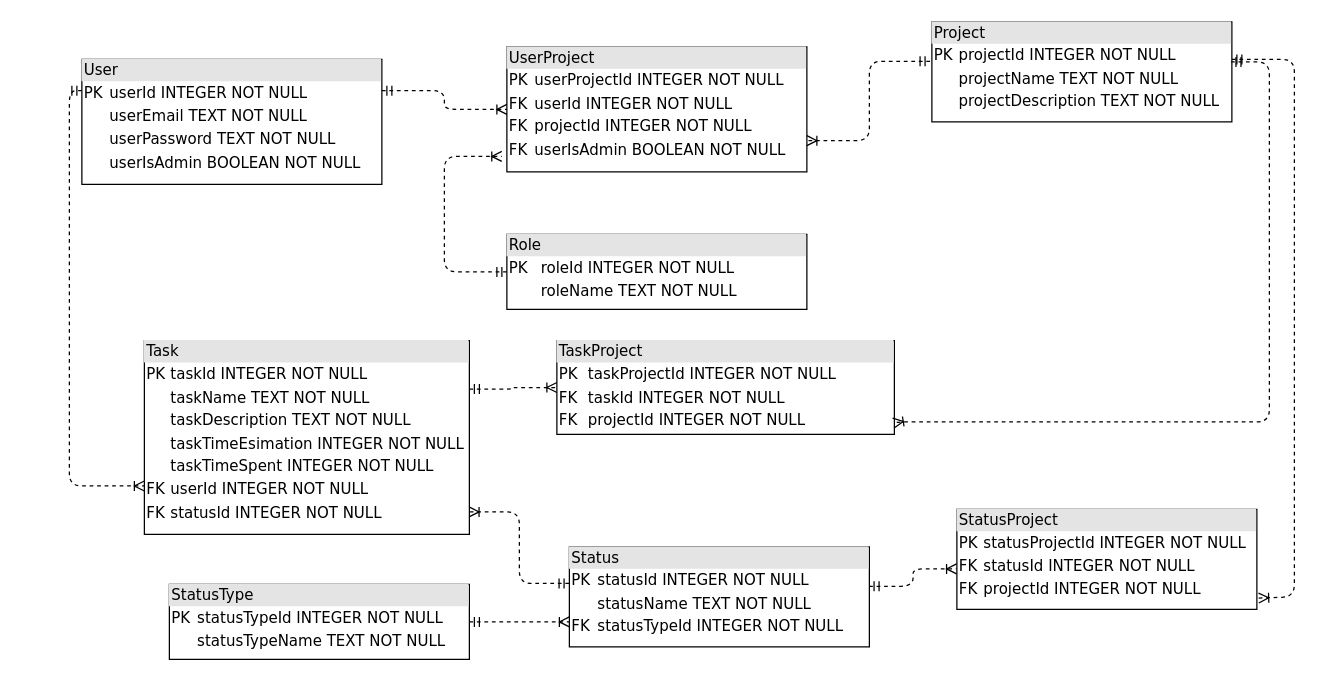
Above: docs/raw_diagrams/database.drawio in aVorotnikov/thunder_board (draw.io), before the change. Source tidied: cells renumbered, new cells numbered last; positions are measured from the earlier drawing's top-left corner, leaving out a move shared by most shapes. Both pictures are drawn from the tidied source at 125%, with x=0, y=0 at pixel (69, 21).
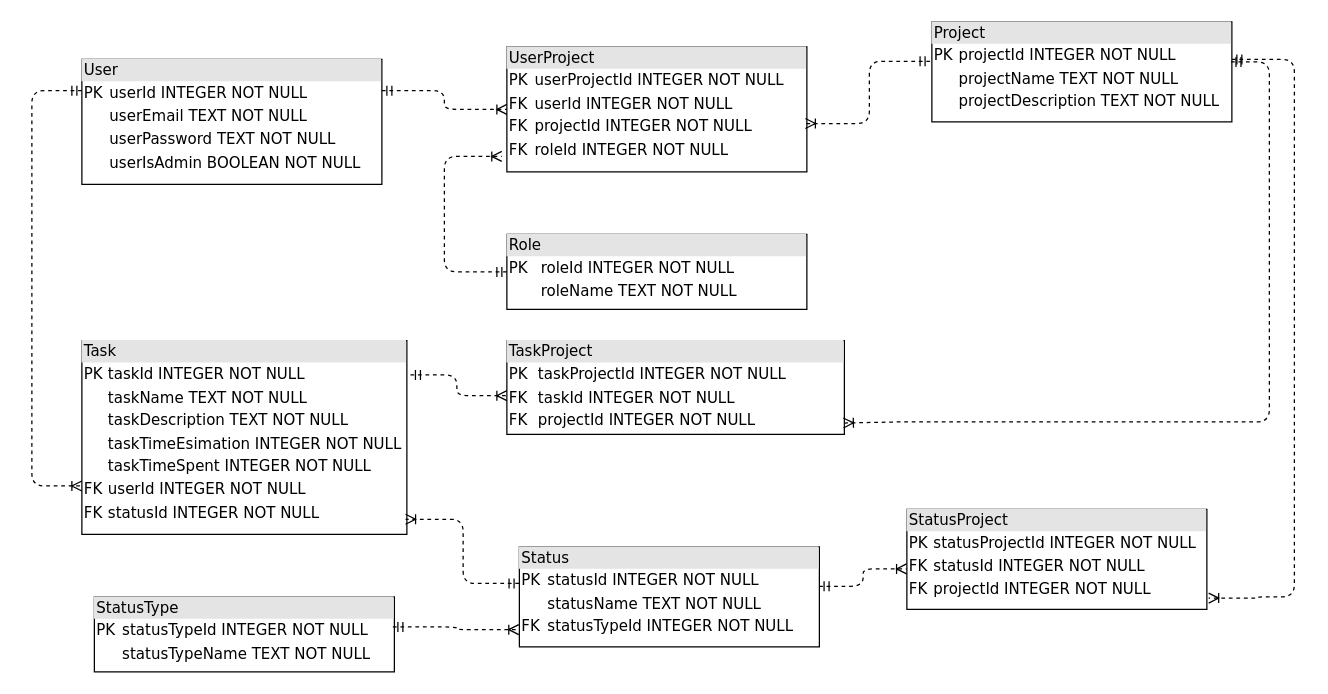
After the change.

Commit message (it also covers changes not shown here):
Минорные исправления

Unchanged cells that the change refers to:
```xml
<mxCell id="2" value="&lt;div style=&quot;box-sizing: border-box ; width: 100% ; background: #e4e4e4 ; padding: 2px&quot;&gt;User&lt;/div&gt;&lt;table style=&quot;width: 100% ; font-size: 1em&quot; cellpadding=&quot;2&quot; cellspacing=&quot;0&quot;&gt;&lt;tbody&gt;&lt;tr&gt;&lt;td&gt;PK&lt;/td&gt;&lt;td&gt;userId INTEGER NOT NULL&lt;/td&gt;&lt;/tr&gt;&lt;tr&gt;&lt;td&gt;&lt;br&gt;&lt;/td&gt;&lt;td&gt;userEmail TEXT NOT NULL&lt;/td&gt;&lt;/tr&gt;&lt;tr&gt;&lt;td&gt;&lt;/td&gt;&lt;td&gt;userPassword TEXT NOT NULL&lt;/td&gt;&lt;/tr&gt;&lt;tr&gt;&lt;td&gt;&lt;br&gt;&lt;/td&gt;&lt;td&gt;userIsAdmin BOOLEAN NOT NULL&lt;br&gt;&lt;/td&gt;&lt;/tr&gt;&lt;/tbody&gt;&lt;/table&gt;" style="verticalAlign=top;align=left;overflow=fill;html=1;rounded=0;shadow=0;comic=0;labelBackgroundColor=none;strokeWidth=1;fontFamily=Verdana;fontSize=12;" parent="1" vertex="1">
  <mxGeometry x="10" y="30" width="240" height="100" as="geometry" />
</mxCell>
<mxCell id="3" value="&lt;div style=&quot;box-sizing: border-box ; width: 100% ; background: #e4e4e4 ; padding: 2px&quot;&gt;Project&lt;/div&gt;&lt;table style=&quot;width: 100% ; font-size: 1em&quot; cellpadding=&quot;2&quot; cellspacing=&quot;0&quot;&gt;&lt;tbody&gt;&lt;tr&gt;&lt;td&gt;PK&lt;/td&gt;&lt;td&gt;projectId INTEGER NOT NULL&lt;/td&gt;&lt;/tr&gt;&lt;tr&gt;&lt;td&gt;&lt;br&gt;&lt;/td&gt;&lt;td&gt;projectName TEXT NOT NULL&lt;/td&gt;&lt;/tr&gt;&lt;tr&gt;&lt;td&gt;&lt;/td&gt;&lt;td&gt;projectDescription TEXT NOT NULL&lt;/td&gt;&lt;/tr&gt;&lt;tr&gt;&lt;td&gt;&lt;br&gt;&lt;/td&gt;&lt;td&gt;&lt;br&gt;&lt;/td&gt;&lt;/tr&gt;&lt;/tbody&gt;&lt;/table&gt;" style="verticalAlign=top;align=left;overflow=fill;html=1;rounded=0;shadow=0;comic=0;labelBackgroundColor=none;strokeWidth=1;fontFamily=Verdana;fontSize=12;" parent="1" vertex="1">
  <mxGeometry x="690" width="240" height="80" as="geometry" />
</mxCell>
```

What changed in the source:
```diff
@@
-    <mxCell id="4" value="&lt;div style=&quot;box-sizing: border-box ; width: 100% ; background: #e4e4e4 ; padding: 2px&quot;&gt;UserProject&lt;/div&gt;&lt;table style=&quot;width: 100% ; font-size: 1em&quot; cellpadding=&quot;2&quot; cellspacing=&quot;0&quot;&gt;&lt;tbody&gt;&lt;tr&gt;&lt;td&gt;PK&lt;/td&gt;&lt;td&gt;userProjectId INTEGER NOT NULL&lt;/td&gt;&lt;/tr&gt;&lt;tr&gt;&lt;td&gt;FK&lt;/td&gt;&lt;td&gt;userId INTEGER NOT NULL&lt;/td&gt;&lt;/tr&gt;&lt;tr&gt;&lt;td&gt;FK&lt;/td&gt;&lt;td&gt;projectId INTEGER NOT NULL&lt;/td&gt;&lt;/tr&gt;&lt;tr&gt;&lt;td&gt;FK&lt;br&gt;&lt;/td&gt;&lt;td&gt;userIsAdmin BOOLEAN NOT NULL&lt;br&gt;&lt;/td&gt;&lt;/tr&gt;&lt;/tbody&gt;&lt;/table&gt;" style="verticalAlign=top;align=left;overflow=fill;html=1;rounded=0;shadow=0;comic=0;labelBackgroundColor=none;strokeWidth=1;fontFamily=Verdana;fontSize=12;" parent="1" vertex="1">
+    <mxCell id="4" value="&lt;div style=&quot;box-sizing: border-box ; width: 100% ; background: #e4e4e4 ; padding: 2px&quot;&gt;UserProject&lt;/div&gt;&lt;table style=&quot;width: 100% ; font-size: 1em&quot; cellpadding=&quot;2&quot; cellspacing=&quot;0&quot;&gt;&lt;tbody&gt;&lt;tr&gt;&lt;td&gt;PK&lt;/td&gt;&lt;td&gt;userProjectId INTEGER NOT NULL&lt;/td&gt;&lt;/tr&gt;&lt;tr&gt;&lt;td&gt;FK&lt;/td&gt;&lt;td&gt;userId INTEGER NOT NULL&lt;/td&gt;&lt;/tr&gt;&lt;tr&gt;&lt;td&gt;FK&lt;/td&gt;&lt;td&gt;projectId INTEGER NOT NULL&lt;/td&gt;&lt;/tr&gt;&lt;tr&gt;&lt;td&gt;FK&lt;br&gt;&lt;/td&gt;&lt;td&gt;roleId INTEGER NOT NULL&lt;br&gt;&lt;/td&gt;&lt;/tr&gt;&lt;/tbody&gt;&lt;/table&gt;" style="verticalAlign=top;align=left;overflow=fill;html=1;rounded=0;shadow=0;comic=0;labelBackgroundColor=none;strokeWidth=1;fontFamily=Verdana;fontSize=12;" parent="1" vertex="1">
       <mxGeometry x="350" y="20" width="240" height="100" as="geometry" />
     </mxCell>
@@
-    <mxCell id="6" style="edgeStyle=orthogonalEdgeStyle;html=1;dashed=1;labelBackgroundColor=none;startArrow=ERmandOne;endArrow=ERoneToMany;fontFamily=Verdana;fontSize=12;align=left;entryX=1;entryY=0.75;entryDx=0;entryDy=0;exitX=-0.006;exitY=0.394;exitDx=0;exitDy=0;exitPerimeter=0;" parent="1" edge="1" source="3" target="4">
+    <mxCell id="6" style="edgeStyle=orthogonalEdgeStyle;html=1;dashed=1;labelBackgroundColor=none;startArrow=ERmandOne;endArrow=ERoneToMany;fontFamily=Verdana;fontSize=12;align=left;entryX=0.995;entryY=0.613;entryDx=0;entryDy=0;exitX=-0.006;exitY=0.394;exitDx=0;exitDy=0;exitPerimeter=0;entryPerimeter=0;" parent="1" edge="1" source="3" target="4">
       <mxGeometry relative="1" as="geometry" />
     </mxCell>
@@
     <mxCell id="9" value="&lt;div style=&quot;box-sizing: border-box ; width: 100% ; background: #e4e4e4 ; padding: 2px&quot;&gt;Task&lt;/div&gt;&lt;table style=&quot;width: 100% ; font-size: 1em&quot; cellpadding=&quot;2&quot; cellspacing=&quot;0&quot;&gt;&lt;tbody&gt;&lt;tr&gt;&lt;td&gt;PK&lt;/td&gt;&lt;td&gt;taskId INTEGER NOT NULL&lt;/td&gt;&lt;/tr&gt;&lt;tr&gt;&lt;td&gt;&lt;br&gt;&lt;/td&gt;&lt;td&gt;taskName TEXT NOT NULL&lt;/td&gt;&lt;/tr&gt;&lt;tr&gt;&lt;td&gt;&lt;/td&gt;&lt;td&gt;taskDescription TEXT NOT NULL&lt;br&gt;&lt;/td&gt;&lt;/tr&gt;&lt;tr&gt;&lt;td&gt;&lt;br&gt;&lt;/td&gt;&lt;td&gt;taskTimeEsimation INTEGER NOT NULL&lt;br&gt;&lt;/td&gt;&lt;/tr&gt;&lt;tr&gt;&lt;td&gt;&lt;br&gt;&lt;/td&gt;&lt;td&gt;taskTimeSpent INTEGER NOT NULL&lt;br&gt;&lt;/td&gt;&lt;/tr&gt;&lt;tr&gt;&lt;td&gt;FK&lt;/td&gt;&lt;td&gt;userId INTEGER NOT NULL&lt;/td&gt;&lt;/tr&gt;&lt;tr&gt;&lt;td&gt;FK&lt;/td&gt;&lt;td&gt;statusId INTEGER NOT NULL&lt;/td&gt;&lt;/tr&gt;&lt;/tbody&gt;&lt;/table&gt;" style="verticalAlign=top;align=left;overflow=fill;html=1;rounded=0;shadow=0;comic=0;labelBackgroundColor=none;strokeWidth=1;fontFamily=Verdana;fontSize=12;" parent="1" vertex="1">
-      <mxGeometry x="60" y="255" width="260" height="155" as="geometry" />
+      <mxGeometry x="10" y="255" width="260" height="155" as="geometry" />
     </mxCell>
     <mxCell id="10" style="edgeStyle=orthogonalEdgeStyle;html=1;dashed=1;labelBackgroundColor=none;startArrow=ERmandOne;endArrow=ERoneToMany;fontFamily=Verdana;fontSize=12;align=left;entryX=0;entryY=0.75;entryDx=0;entryDy=0;exitX=0;exitY=0.25;exitDx=0;exitDy=0;" parent="1" edge="1" source="2" target="9">
       <mxGeometry relative="1" as="geometry">
         <Array as="points">
-          <mxPoint y="55" />
-          <mxPoint y="371" />
+          <mxPoint x="-30" y="55" />
+          <mxPoint x="-30" y="371" />
         </Array>
       </mxGeometry>
     </mxCell>
     <mxCell id="11" value="&lt;div style=&quot;box-sizing: border-box ; width: 100% ; background: #e4e4e4 ; padding: 2px&quot;&gt;TaskProject&lt;/div&gt;&lt;table style=&quot;width: 100% ; font-size: 1em&quot; cellpadding=&quot;2&quot; cellspacing=&quot;0&quot;&gt;&lt;tbody&gt;&lt;tr&gt;&lt;td&gt;PK&lt;/td&gt;&lt;td&gt;taskProjectId INTEGER NOT NULL&lt;/td&gt;&lt;/tr&gt;&lt;tr&gt;&lt;td&gt;FK&lt;/td&gt;&lt;td&gt;taskId INTEGER NOT NULL&lt;/td&gt;&lt;/tr&gt;&lt;tr&gt;&lt;td&gt;FK&lt;/td&gt;&lt;td&gt;projectId INTEGER&amp;nbsp;NOT NULL&lt;/td&gt;&lt;/tr&gt;&lt;tr&gt;&lt;td&gt;&lt;br&gt;&lt;/td&gt;&lt;td&gt;&lt;br&gt;&lt;/td&gt;&lt;/tr&gt;&lt;/tbody&gt;&lt;/table&gt;" style="verticalAlign=top;align=left;overflow=fill;html=1;rounded=0;shadow=0;comic=0;labelBackgroundColor=none;strokeWidth=1;fontFamily=Verdana;fontSize=12;" parent="1" vertex="1">
-      <mxGeometry x="390" y="255" width="270" height="75" as="geometry" />
+      <mxGeometry x="350" y="255" width="270" height="75" as="geometry" />
     </mxCell>
-    <mxCell id="12" style="edgeStyle=orthogonalEdgeStyle;html=1;dashed=1;labelBackgroundColor=none;startArrow=ERmandOne;endArrow=ERoneToMany;fontFamily=Verdana;fontSize=12;align=left;entryX=0;entryY=0.5;entryDx=0;entryDy=0;exitX=1;exitY=0.25;exitDx=0;exitDy=0;" parent="1" edge="1" source="9" target="11">
+    <mxCell id="12" style="edgeStyle=orthogonalEdgeStyle;html=1;dashed=1;labelBackgroundColor=none;startArrow=ERmandOne;endArrow=ERoneToMany;fontFamily=Verdana;fontSize=12;align=left;exitX=1.011;exitY=0.177;exitDx=0;exitDy=0;exitPerimeter=0;entryX=0;entryY=0.587;entryDx=0;entryDy=0;entryPerimeter=0;" parent="1" edge="1" source="9" target="11">
       <mxGeometry relative="1" as="geometry" />
     </mxCell>
@@
     <mxCell id="14" value="&lt;div style=&quot;box-sizing: border-box ; width: 100% ; background: #e4e4e4 ; padding: 2px&quot;&gt;Status&lt;/div&gt;&lt;table style=&quot;width: 100% ; font-size: 1em&quot; cellpadding=&quot;2&quot; cellspacing=&quot;0&quot;&gt;&lt;tbody&gt;&lt;tr&gt;&lt;td&gt;PK&lt;/td&gt;&lt;td&gt;statusId INTEGER NOT NULL&lt;/td&gt;&lt;/tr&gt;&lt;tr&gt;&lt;td&gt;&lt;br&gt;&lt;/td&gt;&lt;td&gt;statusName TEXT NOT NULL&lt;/td&gt;&lt;/tr&gt;&lt;tr&gt;&lt;td&gt;FK&lt;/td&gt;&lt;td&gt;statusTypeId INTEGER NOT NULL&lt;/td&gt;&lt;/tr&gt;&lt;tr&gt;&lt;td&gt;&lt;br&gt;&lt;/td&gt;&lt;td&gt;&lt;br&gt;&lt;/td&gt;&lt;/tr&gt;&lt;/tbody&gt;&lt;/table&gt;" style="verticalAlign=top;align=left;overflow=fill;html=1;rounded=0;shadow=0;comic=0;labelBackgroundColor=none;strokeWidth=1;fontFamily=Verdana;fontSize=12;" parent="1" vertex="1">
-      <mxGeometry x="400" y="420" width="240" height="80" as="geometry" />
+      <mxGeometry x="360" y="420" width="240" height="80" as="geometry" />
     </mxCell>
     <mxCell id="15" value="&lt;div style=&quot;box-sizing: border-box ; width: 100% ; background: #e4e4e4 ; padding: 2px&quot;&gt;StatusType&lt;/div&gt;&lt;table style=&quot;width: 100% ; font-size: 1em&quot; cellpadding=&quot;2&quot; cellspacing=&quot;0&quot;&gt;&lt;tbody&gt;&lt;tr&gt;&lt;td&gt;PK&lt;/td&gt;&lt;td&gt;statusTypeId INTEGER NOT NULL&lt;/td&gt;&lt;/tr&gt;&lt;tr&gt;&lt;td&gt;&lt;br&gt;&lt;/td&gt;&lt;td&gt;statusTypeName TEXT NOT NULL&lt;/td&gt;&lt;/tr&gt;&lt;tr&gt;&lt;td&gt;&lt;/td&gt;&lt;td&gt;&lt;/td&gt;&lt;/tr&gt;&lt;/tbody&gt;&lt;/table&gt;" style="verticalAlign=top;align=left;overflow=fill;html=1;rounded=0;shadow=0;comic=0;labelBackgroundColor=none;strokeWidth=1;fontFamily=Verdana;fontSize=12;" parent="1" vertex="1">
-      <mxGeometry x="80" y="450" width="240" height="60" as="geometry" />
+      <mxGeometry x="20" y="460" width="240" height="60" as="geometry" />
     </mxCell>
-    <mxCell id="16" style="edgeStyle=orthogonalEdgeStyle;html=1;dashed=1;labelBackgroundColor=none;startArrow=ERmandOne;endArrow=ERoneToMany;fontFamily=Verdana;fontSize=12;align=left;entryX=0;entryY=0.75;entryDx=0;entryDy=0;exitX=1;exitY=0.5;exitDx=0;exitDy=0;" parent="1" edge="1" source="15" target="14">
+    <mxCell id="16" style="edgeStyle=orthogonalEdgeStyle;html=1;dashed=1;labelBackgroundColor=none;startArrow=ERmandOne;endArrow=ERoneToMany;fontFamily=Verdana;fontSize=12;align=left;entryX=-0.002;entryY=0.828;entryDx=0;entryDy=0;entryPerimeter=0;exitX=0.995;exitY=0.401;exitDx=0;exitDy=0;exitPerimeter=0;" parent="1" edge="1" source="15" target="14">
       <mxGeometry relative="1" as="geometry" />
     </mxCell>
     <mxCell id="17" value="&lt;div style=&quot;box-sizing: border-box ; width: 100% ; background: #e4e4e4 ; padding: 2px&quot;&gt;StatusProject&lt;/div&gt;&lt;table style=&quot;width: 100% ; font-size: 1em&quot; cellpadding=&quot;2&quot; cellspacing=&quot;0&quot;&gt;&lt;tbody&gt;&lt;tr&gt;&lt;td&gt;PK&lt;/td&gt;&lt;td&gt;statusProjectId INTEGER NOT NULL&lt;/td&gt;&lt;/tr&gt;&lt;tr&gt;&lt;td&gt;FK&lt;/td&gt;&lt;td&gt;statusId INTEGER&amp;nbsp;NOT NULL&lt;/td&gt;&lt;/tr&gt;&lt;tr&gt;&lt;td&gt;FK&lt;/td&gt;&lt;td&gt;projectId INTEGER NOT NULL&lt;/td&gt;&lt;/tr&gt;&lt;tr&gt;&lt;td&gt;&lt;br&gt;&lt;/td&gt;&lt;td&gt;&lt;br&gt;&lt;/td&gt;&lt;/tr&gt;&lt;/tbody&gt;&lt;/table&gt;" style="verticalAlign=top;align=left;overflow=fill;html=1;rounded=0;shadow=0;comic=0;labelBackgroundColor=none;strokeWidth=1;fontFamily=Verdana;fontSize=12;" parent="1" vertex="1">
-      <mxGeometry x="710" y="390" width="240" height="80" as="geometry" />
+      <mxGeometry x="670" y="390" width="240" height="80" as="geometry" />
     </mxCell>
@@
-    <mxCell id="20" style="edgeStyle=orthogonalEdgeStyle;html=1;dashed=1;labelBackgroundColor=none;startArrow=ERmandOne;endArrow=ERoneToMany;fontFamily=Verdana;fontSize=12;align=left;exitX=-0.001;exitY=0.366;exitDx=0;exitDy=0;exitPerimeter=0;entryX=0.999;entryY=0.884;entryDx=0;entryDy=0;entryPerimeter=0;" parent="1" edge="1" source="14" target="9">
+    <mxCell id="20" style="edgeStyle=orthogonalEdgeStyle;html=1;dashed=1;labelBackgroundColor=none;startArrow=ERmandOne;endArrow=ERoneToMany;fontFamily=Verdana;fontSize=12;align=left;exitX=-0.001;exitY=0.366;exitDx=0;exitDy=0;exitPerimeter=0;entryX=0.996;entryY=0.922;entryDx=0;entryDy=0;entryPerimeter=0;" parent="1" edge="1" source="14" target="9">
       <mxGeometry relative="1" as="geometry" />
     </mxCell>
```
